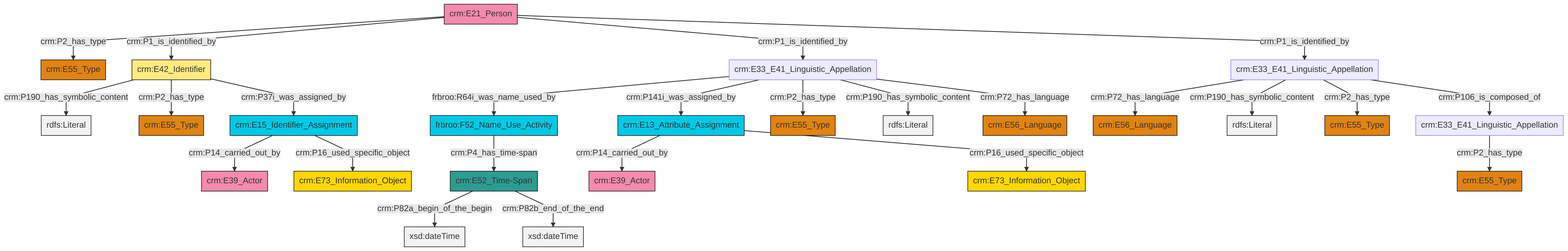
Above: et/personCSV/ttl/mmd/png/Person_Names_and_Classification.png in swiss-art-research-net/docs.swissartresearch (Mermaid), before the change. Its source is kept beside it as et/personCSV/ttl/mmd/Person_Names_and_Classification.ttl.mmd.
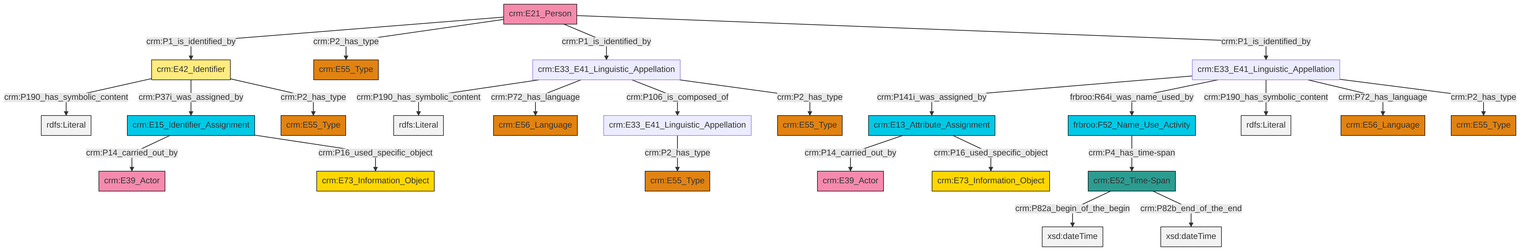
Above is the later version.

What changed in the source:
```diff
@@ -13,27 +13,27 @@
 classDef PC_Classes fill:#4ce600, stroke:#000000;
 classDef Multi fill:#cccccc,stroke:#000000;
 
-0["crm:E21_Person"]:::Actor -->|crm:P2_has_type| 1["crm:E55_Type"]:::Type
-2["crm:E42_Identifier"]:::Appellation -->|crm:P190_has_symbolic_content| 3[rdfs:Literal]:::Literal
 4["crm:E13_Attribute_Assignment"]:::Temporal_Entity -->|crm:P14_carried_out_by| 5["crm:E39_Actor"]:::Actor
-6["crm:E33_E41_Linguistic_Appellation"]:::Default -->|crm:P72_has_language| 7["crm:E56_Language"]:::Type
-2["crm:E42_Identifier"]:::Appellation -->|crm:P2_has_type| 8["crm:E55_Type"]:::Type
-2["crm:E42_Identifier"]:::Appellation -->|crm:P37i_was_assigned_by| 19["crm:E15_Identifier_Assignment"]:::Temporal_Entity
-20["crm:E52_Time-Span"]:::Time-Span -->|crm:P82a_begin_of_the_begin| 21[xsd:dateTime]:::Literal
-6["crm:E33_E41_Linguistic_Appellation"]:::Default -->|crm:P190_has_symbolic_content| 22[rdfs:Literal]:::Literal
-28["crm:E33_E41_Linguistic_Appellation"]:::Default -->|frbroo:R64i_was_name_used_by| 29["frbroo:F52_Name_Use_Activity"]:::Temporal_Entity
-12["crm:E33_E41_Linguistic_Appellation"]:::Default -->|crm:P2_has_type| 9["crm:E55_Type"]:::Type
-4["crm:E13_Attribute_Assignment"]:::Temporal_Entity -->|crm:P16_used_specific_object| 31["crm:E73_Information_Object"]:::Conceptual_Object
-28["crm:E33_E41_Linguistic_Appellation"]:::Default -->|crm:P141i_was_assigned_by| 4["crm:E13_Attribute_Assignment"]:::Temporal_Entity
-0["crm:E21_Person"]:::Actor -->|crm:P1_is_identified_by| 2["crm:E42_Identifier"]:::Appellation
-19["crm:E15_Identifier_Assignment"]:::Temporal_Entity -->|crm:P14_carried_out_by| 33["crm:E39_Actor"]:::Actor
-29["frbroo:F52_Name_Use_Activity"]:::Temporal_Entity -->|crm:P4_has_time-span| 20["crm:E52_Time-Span"]:::Time-Span
+6["crm:E15_Identifier_Assignment"]:::Temporal_Entity -->|crm:P14_carried_out_by| 7["crm:E39_Actor"]:::Actor
+8["crm:E42_Identifier"]:::Appellation -->|crm:P190_has_symbolic_content| 9[rdfs:Literal]:::Literal
+8["crm:E42_Identifier"]:::Appellation -->|crm:P37i_was_assigned_by| 6["crm:E15_Identifier_Assignment"]:::Temporal_Entity
+10["crm:E33_E41_Linguistic_Appellation"]:::Default -->|crm:P141i_was_assigned_by| 4["crm:E13_Attribute_Assignment"]:::Temporal_Entity
+10["crm:E33_E41_Linguistic_Appellation"]:::Default -->|frbroo:R64i_was_name_used_by| 17["frbroo:F52_Name_Use_Activity"]:::Temporal_Entity
+18["crm:E33_E41_Linguistic_Appellation"]:::Default -->|crm:P190_has_symbolic_content| 19[rdfs:Literal]:::Literal
+10["crm:E33_E41_Linguistic_Appellation"]:::Default -->|crm:P190_has_symbolic_content| 20[rdfs:Literal]:::Literal
+17["frbroo:F52_Name_Use_Activity"]:::Temporal_Entity -->|crm:P4_has_time-span| 11["crm:E52_Time-Span"]:::Time-Span
+2["crm:E21_Person"]:::Actor -->|crm:P1_is_identified_by| 8["crm:E42_Identifier"]:::Appellation
+10["crm:E33_E41_Linguistic_Appellation"]:::Default -->|crm:P72_has_language| 26["crm:E56_Language"]:::Type
 28["crm:E33_E41_Linguistic_Appellation"]:::Default -->|crm:P2_has_type| 23["crm:E55_Type"]:::Type
-0["crm:E21_Person"]:::Actor -->|crm:P1_is_identified_by| 28["crm:E33_E41_Linguistic_Appellation"]:::Default
-6["crm:E33_E41_Linguistic_Appellation"]:::Default -->|crm:P2_has_type| 17["crm:E55_Type"]:::Type
-19["crm:E15_Identifier_Assignment"]:::Temporal_Entity -->|crm:P16_used_specific_object| 26["crm:E73_Information_Object"]:::Conceptual_Object
-28["crm:E33_E41_Linguistic_Appellation"]:::Default -->|crm:P190_has_symbolic_content| 44[rdfs:Literal]:::Literal
-6["crm:E33_E41_Linguistic_Appellation"]:::Default -->|crm:P106_is_composed_of| 12["crm:E33_E41_Linguistic_Appellation"]:::Default
-28["crm:E33_E41_Linguistic_Appellation"]:::Default -->|crm:P72_has_language| 14["crm:E56_Language"]:::Type
-0["crm:E21_Person"]:::Actor -->|crm:P1_is_identified_by| 6["crm:E33_E41_Linguistic_Appellation"]:::Default
-20["crm:E52_Time-Span"]:::Time-Span -->|crm:P82b_end_of_the_end| 45[xsd:dateTime]:::Literal
+6["crm:E15_Identifier_Assignment"]:::Temporal_Entity -->|crm:P16_used_specific_object| 29["crm:E73_Information_Object"]:::Conceptual_Object
+18["crm:E33_E41_Linguistic_Appellation"]:::Default -->|crm:P72_has_language| 13["crm:E56_Language"]:::Type
+18["crm:E33_E41_Linguistic_Appellation"]:::Default -->|crm:P106_is_composed_of| 28["crm:E33_E41_Linguistic_Appellation"]:::Default
+11["crm:E52_Time-Span"]:::Time-Span -->|crm:P82a_begin_of_the_begin| 32[xsd:dateTime]:::Literal
+11["crm:E52_Time-Span"]:::Time-Span -->|crm:P82b_end_of_the_end| 35[xsd:dateTime]:::Literal
+2["crm:E21_Person"]:::Actor -->|crm:P2_has_type| 15["crm:E55_Type"]:::Type
+18["crm:E33_E41_Linguistic_Appellation"]:::Default -->|crm:P2_has_type| 0["crm:E55_Type"]:::Type
+2["crm:E21_Person"]:::Actor -->|crm:P1_is_identified_by| 18["crm:E33_E41_Linguistic_Appellation"]:::Default
+10["crm:E33_E41_Linguistic_Appellation"]:::Default -->|crm:P2_has_type| 30["crm:E55_Type"]:::Type
+8["crm:E42_Identifier"]:::Appellation -->|crm:P2_has_type| 21["crm:E55_Type"]:::Type
+2["crm:E21_Person"]:::Actor -->|crm:P1_is_identified_by| 10["crm:E33_E41_Linguistic_Appellation"]:::Default
+4["crm:E13_Attribute_Assignment"]:::Temporal_Entity -->|crm:P16_used_specific_object| 33["crm:E73_Information_Object"]:::Conceptual_Object
```
